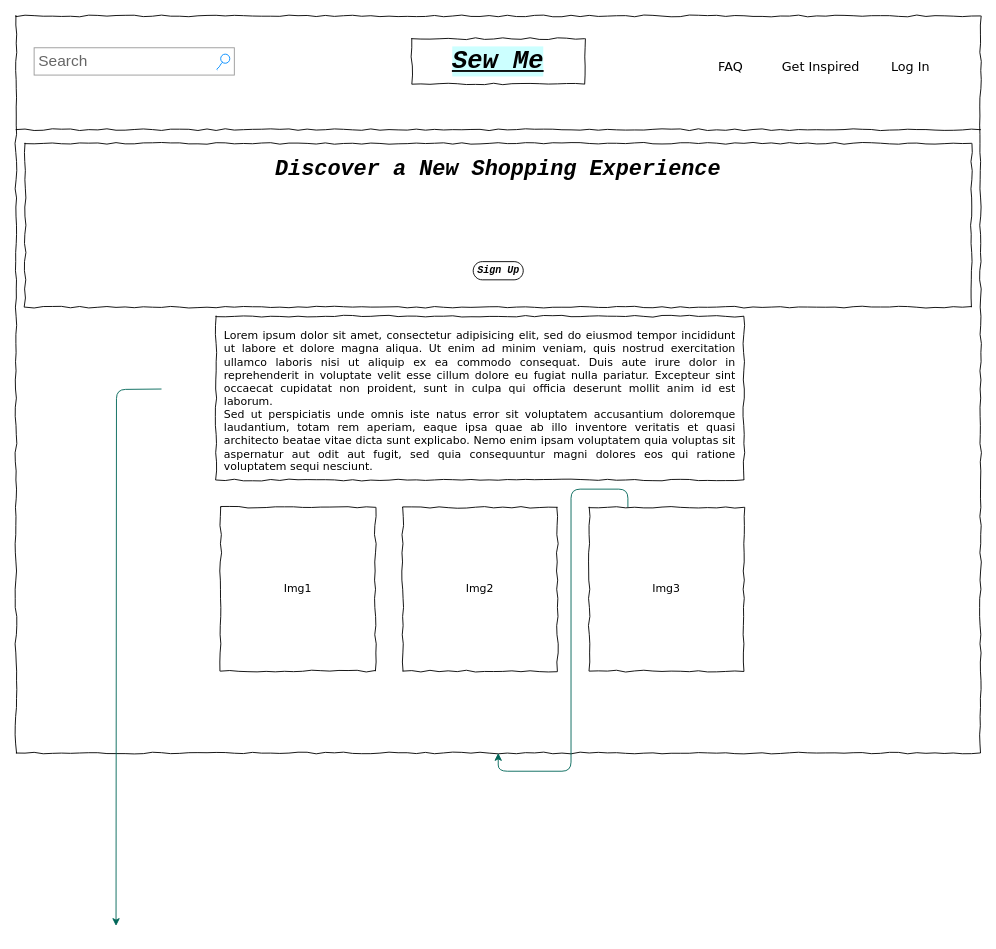
Above: page "Home-Page" (1 of 3) of Untitled Diagram.drawio in Scain3/sew_me_capstone (draw.io), before the change. Source tidied: cells renumbered, new cells numbered last; positions are measured from the earlier drawing's top-left corner, leaving out a move shared by most shapes. Both pictures are drawn from the tidied source at 91%, with x=0, y=0 at pixel (15, 15).
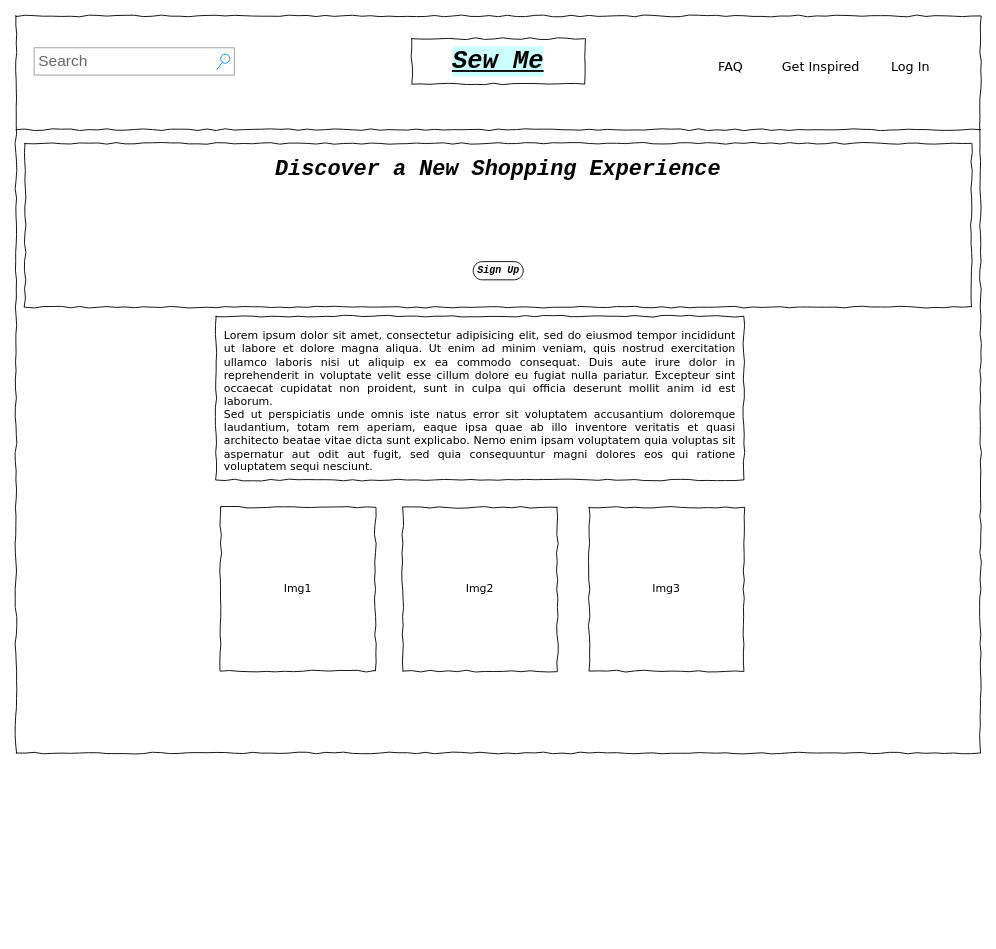
The same page after the edit.

The edit, as a diff of the source:
```diff
@@
 <mxGraphModel>
   <root>
     <mxCell id="0" />
     <mxCell id="1" parent="0" />
     <mxCell id="2" style="whiteSpace=wrap;html=1;rounded=0;shadow=0;labelBackgroundColor=none;strokeColor=#000000;strokeWidth=1;fillColor=none;fontFamily=Verdana;fontSize=12;fontColor=#000000;align=center;comic=1;" parent="1" vertex="1">
       <mxGeometry width="1060" height="810" as="geometry" />
     </mxCell>
     <mxCell id="3" value="Sew Me" style="whiteSpace=wrap;html=1;rounded=0;shadow=0;labelBackgroundColor=#CCFFFF;strokeWidth=1;fontFamily=Courier New;fontSize=28;align=center;comic=1;fontStyle=7;" parent="1" vertex="1">
       <mxGeometry x="435" y="25" width="190" height="50" as="geometry" />
     </mxCell>
     <mxCell id="4" value="Search" style="strokeWidth=1;shadow=0;dashed=0;align=center;html=1;shape=mxgraph.mockup.forms.searchBox;strokeColor=#999999;mainText=;strokeColor2=#008cff;fontColor=#666666;fontSize=17;align=left;spacingLeft=3;rounded=0;labelBackgroundColor=none;comic=1;" parent="1" vertex="1">
       <mxGeometry x="20" y="35" width="220" height="30" as="geometry" />
     </mxCell>
     <mxCell id="5" value="Log In" style="text;html=1;align=left;verticalAlign=top;spacingTop=-4;fontSize=14;fontFamily=Verdana;" parent="1" vertex="1">
       <mxGeometry x="960" y="45" width="60" height="20" as="geometry" />
     </mxCell>
     <mxCell id="6" value="Get Inspired" style="text;html=1;align=left;verticalAlign=top;spacingTop=-4;fontSize=14;fontFamily=Verdana;" parent="1" vertex="1">
       <mxGeometry x="840" y="45" width="60" height="20" as="geometry" />
     </mxCell>
     <mxCell id="7" style="line;strokeWidth=1;html=1;rounded=0;shadow=0;labelBackgroundColor=none;fillColor=none;fontFamily=Verdana;fontSize=14;fontColor=#000000;align=center;comic=1;" parent="1" vertex="1">
       <mxGeometry y="120" width="1060" height="10" as="geometry" />
     </mxCell>
     <mxCell id="8" value="&lt;div style=&quot;text-align: justify&quot;&gt;&lt;span&gt;Lorem ipsum dolor sit amet, consectetur adipisicing elit, sed do eiusmod tempor incididunt ut labore et dolore magna aliqua. Ut enim ad minim veniam, quis nostrud exercitation ullamco laboris nisi ut aliquip ex ea commodo consequat. Duis aute irure dolor in reprehenderit in voluptate velit esse cillum dolore eu fugiat nulla pariatur. Excepteur sint occaecat cupidatat non proident, sunt in culpa qui officia deserunt mollit anim id est laborum.&lt;/span&gt;&lt;/div&gt;&lt;div style=&quot;text-align: justify&quot;&gt;&lt;span&gt;Sed ut perspiciatis unde omnis iste natus error sit voluptatem accusantium doloremque laudantium, totam rem aperiam, eaque ipsa quae ab illo inventore veritatis et quasi architecto beatae vitae dicta sunt explicabo. Nemo enim ipsam voluptatem quia voluptas sit aspernatur aut odit aut fugit, sed quia consequuntur magni dolores eos qui ratione voluptatem sequi nesciunt.&amp;nbsp;&lt;/span&gt;&lt;/div&gt;" style="whiteSpace=wrap;html=1;rounded=0;shadow=0;labelBackgroundColor=none;strokeWidth=1;fillColor=none;fontFamily=Verdana;fontSize=12;align=center;verticalAlign=top;spacing=10;comic=1;" parent="1" vertex="1">
       <mxGeometry x="220" y="330" width="580" height="180" as="geometry" />
     </mxCell>
     <mxCell id="9" value="Img1" style="whiteSpace=wrap;html=1;rounded=0;shadow=0;labelBackgroundColor=none;strokeWidth=1;fillColor=none;fontFamily=Verdana;fontSize=12;align=center;comic=1;" parent="1" vertex="1">
       <mxGeometry x="225" y="540" width="170" height="180" as="geometry" />
     </mxCell>
     <mxCell id="10" value="&lt;div style=&quot;text-align: justify; font-size: 24px;&quot;&gt;Discover a New Shopping Experience&lt;/div&gt;" style="whiteSpace=wrap;html=1;rounded=0;shadow=0;labelBackgroundColor=none;strokeWidth=1;fillColor=none;fontFamily=Courier New;fontSize=24;align=center;verticalAlign=top;spacing=10;comic=1;fontStyle=3;" parent="1" vertex="1">
       <mxGeometry x="10" y="140" width="1040" height="180" as="geometry" />
     </mxCell>
-    <mxCell id="11" style="edgeStyle=orthogonalEdgeStyle;curved=0;rounded=1;sketch=0;orthogonalLoop=1;jettySize=auto;html=1;exitX=0.75;exitY=0;exitDx=0;exitDy=0;strokeColor=#006658;fillColor=#21C0A5;fontColor=#5C5C5C;" parent="1" edge="1">
-      <mxGeometry relative="1" as="geometry">
-        <mxPoint x="160" y="410" as="sourcePoint" />
-        <mxPoint x="110" y="1000" as="targetPoint" />
-      </mxGeometry>
-    </mxCell>
     <mxCell id="12" value="Sign Up" style="strokeWidth=1;shadow=0;dashed=0;align=center;html=1;shape=mxgraph.mockup.buttons.button;mainText=;buttonStyle=round;fontSize=11;fontStyle=3;whiteSpace=wrap;rounded=0;sketch=0;fontFamily=Courier New;" parent="1" vertex="1">
       <mxGeometry x="502.5" y="270" width="55" height="20" as="geometry" />
     </mxCell>
     <mxCell id="13" value="Img2" style="whiteSpace=wrap;html=1;rounded=0;shadow=0;labelBackgroundColor=none;strokeWidth=1;fillColor=none;fontFamily=Verdana;fontSize=12;align=center;comic=1;" parent="1" vertex="1">
       <mxGeometry x="425" y="540" width="170" height="180" as="geometry" />
     </mxCell>
-    <mxCell id="14" style="edgeStyle=orthogonalEdgeStyle;curved=0;rounded=1;sketch=0;jettySize=auto;html=1;exitX=0.25;exitY=0;exitDx=0;exitDy=0;strokeColor=#006658;fillColor=#21C0A5;fontFamily=Courier New;fontSize=24;fontColor=#5C5C5C;" parent="1" edge="1" source="15" target="2">
-      <mxGeometry relative="1" as="geometry" />
-    </mxCell>
     <mxCell id="15" value="Img3" style="whiteSpace=wrap;html=1;rounded=0;shadow=0;labelBackgroundColor=none;strokeWidth=1;fillColor=none;fontFamily=Verdana;fontSize=12;align=center;comic=1;" parent="1" vertex="1">
       <mxGeometry x="630" y="540" width="170" height="180" as="geometry" />
     </mxCell>
     <mxCell id="16" value="FAQ" style="text;html=1;align=left;verticalAlign=top;spacingTop=-4;fontSize=14;fontFamily=Verdana;" parent="1" vertex="1">
       <mxGeometry x="770" y="45" width="60" height="20" as="geometry" />
     </mxCell>
   </root>
 </mxGraphModel>
```
